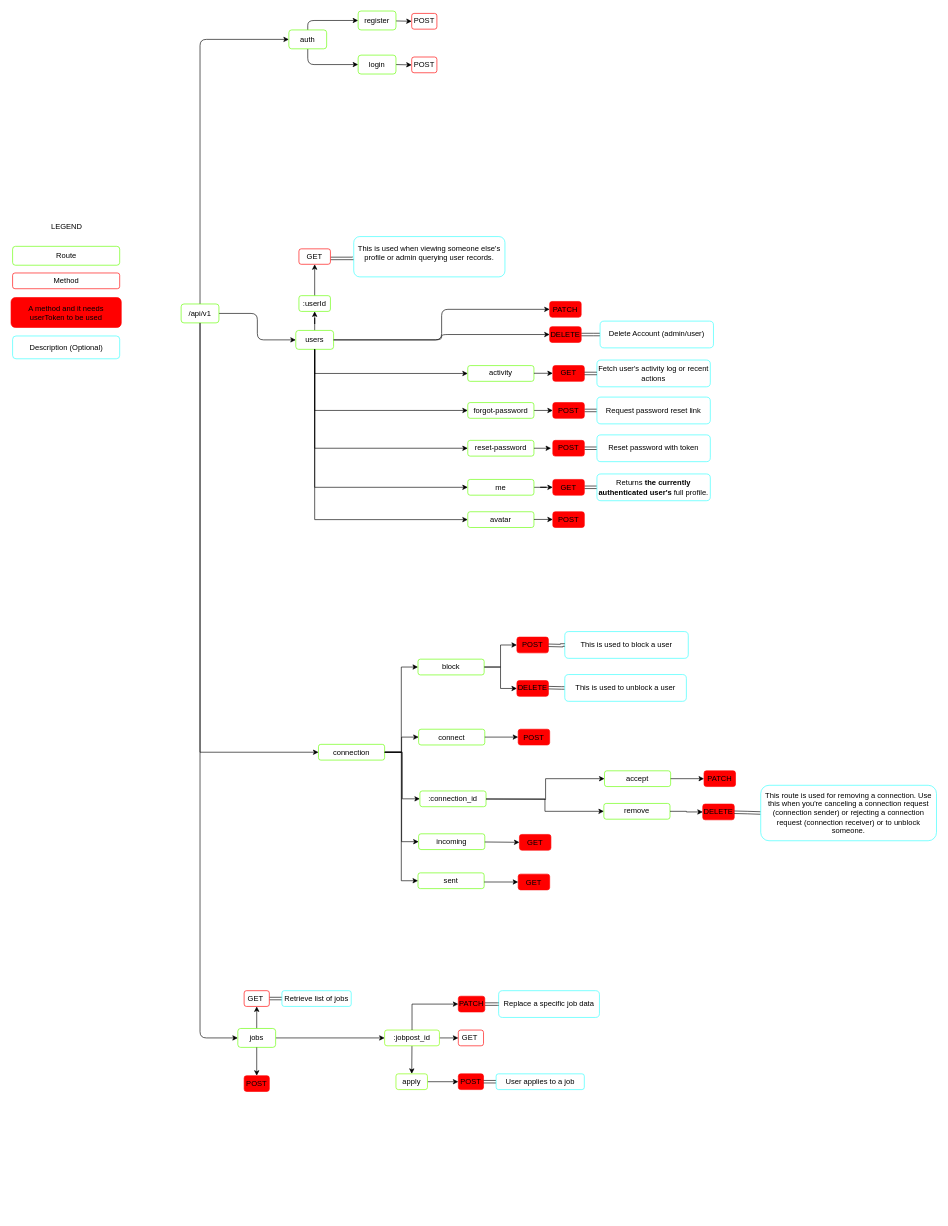
kenshiin1123/dev-match keeps this draw.io diagram as diagrams/rest_api.drawio. Above is the earlier version. Source tidied: cells renumbered, new cells numbered last; positions are measured from the earlier drawing's top-left corner, leaving out a move shared by most shapes. Both pictures are drawn from the tidied source at 63%, with x=0, y=0 at pixel (11, 11).
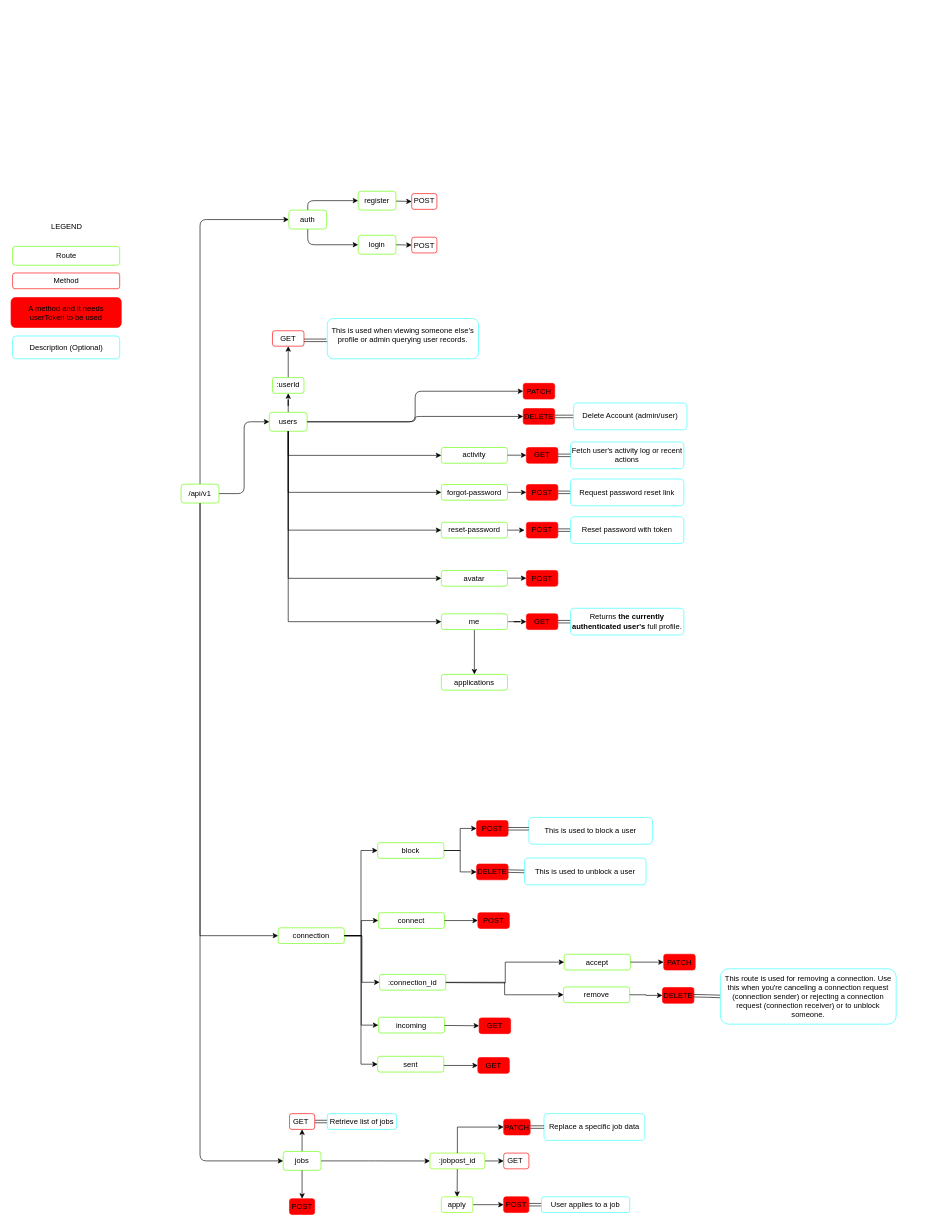
Above is the later version.

Commit message (it also covers changes not shown here):
Add route for getting user applications

What changed in the source:
```diff
@@
     <mxCell id="5" value="/api/v1" style="rounded=1;whiteSpace=wrap;html=1;strokeColor=#65FF00;fontStyle=0;" parent="1" vertex="1">
-      <mxGeometry x="270" y="465" width="60" height="30" as="geometry" />
+      <mxGeometry x="270" y="751" width="60" height="30" as="geometry" />
     </mxCell>
@@
     <mxCell id="8" value="users" style="rounded=1;whiteSpace=wrap;html=1;strokeColor=#65FF00;fontStyle=0;" parent="1" vertex="1">
-      <mxGeometry x="452" y="507" width="60" height="30" as="geometry" />
+      <mxGeometry x="410" y="637" width="60" height="30" as="geometry" />
     </mxCell>
@@
     <mxCell id="11" value="jobs" style="rounded=1;whiteSpace=wrap;html=1;strokeColor=#65FF00;fontStyle=0;" parent="1" vertex="1">
-      <mxGeometry x="360" y="1615" width="60" height="30" as="geometry" />
+      <mxGeometry x="432" y="1810.2" width="60" height="30" as="geometry" />
     </mxCell>
@@
     <mxCell id="14" value="auth" style="rounded=1;whiteSpace=wrap;html=1;strokeColor=#65FF00;fontStyle=0;" parent="1" vertex="1">
-      <mxGeometry x="441" y="30" width="60" height="30" as="geometry" />
+      <mxGeometry x="441" y="316" width="60" height="30" as="geometry" />
     </mxCell>
@@
     <mxCell id="18" value="PATCH" style="whiteSpace=wrap;html=1;rounded=1;strokeColor=#FF0000;fontStyle=0;fillColor=#FF0000;" parent="1" vertex="1">
-      <mxGeometry x="855" y="461" width="50" height="25" as="geometry" />
+      <mxGeometry x="813" y="591" width="50" height="25" as="geometry" />
     </mxCell>
@@
     <mxCell id="20" value="DELETE" style="whiteSpace=wrap;html=1;rounded=1;strokeColor=#FF0000;fontStyle=0;fillColor=#FF0000;" parent="1" vertex="1">
-      <mxGeometry x="855" y="501" width="50" height="25" as="geometry" />
+      <mxGeometry x="813" y="631" width="50" height="25" as="geometry" />
     </mxCell>
@@
     <mxCell id="26" value="register" style="rounded=1;whiteSpace=wrap;html=1;strokeColor=#65FF00;fontStyle=0;" parent="1" vertex="1">
-      <mxGeometry x="551" width="60" height="30" as="geometry" />
+      <mxGeometry x="551" y="286" width="60" height="30" as="geometry" />
     </mxCell>
@@
     <mxCell id="28" value="login" style="rounded=1;whiteSpace=wrap;html=1;strokeColor=#65FF00;fontStyle=0;" parent="1" vertex="1">
-      <mxGeometry x="551" y="70" width="60" height="30" as="geometry" />
+      <mxGeometry x="551" y="356" width="60" height="30" as="geometry" />
     </mxCell>
     <mxCell id="29" value="&lt;span&gt;POST&lt;/span&gt;" style="whiteSpace=wrap;html=1;rounded=1;strokeColor=#FF0000;fontStyle=0;" parent="1" vertex="1">
-      <mxGeometry x="636" y="3.8" width="40" height="25" as="geometry" />
+      <mxGeometry x="636" y="289.8" width="40" height="25" as="geometry" />
     </mxCell>
     <mxCell id="30" value="&lt;span&gt;POST&lt;/span&gt;" style="whiteSpace=wrap;html=1;rounded=1;strokeColor=#FF0000;fontStyle=0;" parent="1" vertex="1">
-      <mxGeometry x="636" y="73" width="40" height="25" as="geometry" />
+      <mxGeometry x="636" y="359" width="40" height="25" as="geometry" />
     </mxCell>
@@
     <mxCell id="33" value="&lt;span&gt;GET&amp;nbsp;&lt;/span&gt;" style="whiteSpace=wrap;html=1;rounded=1;strokeColor=#FF0000;fontStyle=0;" parent="1" vertex="1">
-      <mxGeometry x="370" y="1555" width="40" height="25" as="geometry" />
+      <mxGeometry x="442" y="1750.2" width="40" height="25" as="geometry" />
     </mxCell>
     <mxCell id="34" value="Retrieve list of jobs" style="whiteSpace=wrap;html=1;rounded=1;strokeColor=#33FFFF;fontStyle=0;" parent="1" vertex="1">
-      <mxGeometry x="430" y="1555" width="110" height="25" as="geometry" />
+      <mxGeometry x="502" y="1750.2" width="110" height="25" as="geometry" />
     </mxCell>
@@
     <mxCell id="37" value="&lt;span&gt;:jobpost_id&lt;/span&gt;" style="whiteSpace=wrap;html=1;rounded=1;strokeColor=#80FF00;fontStyle=0;" parent="1" vertex="1">
-      <mxGeometry x="593" y="1617.5" width="87" height="25" as="geometry" />
+      <mxGeometry x="665" y="1812.8" width="87" height="25" as="geometry" />
     </mxCell>
     <mxCell id="38" value="&lt;span&gt;GET&amp;nbsp;&lt;/span&gt;" style="whiteSpace=wrap;html=1;rounded=1;strokeColor=#FF0000;fontStyle=0;" parent="1" vertex="1">
-      <mxGeometry x="710" y="1617.5" width="40" height="25" as="geometry" />
+      <mxGeometry x="782" y="1812.8" width="40" height="25" as="geometry" />
     </mxCell>
@@
     <mxCell id="40" value="apply" style="whiteSpace=wrap;html=1;rounded=1;strokeColor=#80FF00;fontStyle=0;" parent="1" vertex="1">
-      <mxGeometry x="611" y="1687" width="50" height="25" as="geometry" />
+      <mxGeometry x="683" y="1882.2" width="50" height="25" as="geometry" />
     </mxCell>
     <mxCell id="41" value="&lt;span&gt;POST&lt;/span&gt;" style="whiteSpace=wrap;html=1;rounded=1;strokeColor=#FF0000;fontStyle=0;fillColor=#FF0000;" parent="1" vertex="1">
-      <mxGeometry x="710" y="1687" width="40" height="25" as="geometry" />
+      <mxGeometry x="782" y="1882.2" width="40" height="25" as="geometry" />
     </mxCell>
@@
     <mxCell id="43" value="User applies to a job" style="whiteSpace=wrap;html=1;rounded=1;strokeColor=#33FFFF;fontStyle=0;" parent="1" vertex="1">
-      <mxGeometry x="770" y="1687" width="140" height="25" as="geometry" />
+      <mxGeometry x="842" y="1882.2" width="140" height="25" as="geometry" />
     </mxCell>
@@
     <mxCell id="46" value="forgot-password" style="whiteSpace=wrap;html=1;rounded=1;strokeColor=#65FF00;fontStyle=0;" parent="1" vertex="1">
-      <mxGeometry x="725" y="621.5" width="105" height="25" as="geometry" />
+      <mxGeometry x="683" y="751.5" width="105" height="25" as="geometry" />
     </mxCell>
     <mxCell id="47" value="Delete Account (admin/user)" style="whiteSpace=wrap;html=1;rounded=1;strokeColor=#33FFFF;fontStyle=0;" parent="1" vertex="1">
-      <mxGeometry x="935" y="492.2" width="180" height="42.5" as="geometry" />
+      <mxGeometry x="893" y="622.2" width="180" height="42.5" as="geometry" />
     </mxCell>
     <mxCell id="48" value="reset-password" style="whiteSpace=wrap;html=1;rounded=1;strokeColor=#65FF00;fontStyle=0;" parent="1" vertex="1">
-      <mxGeometry x="725" y="681.5" width="105" height="25" as="geometry" />
+      <mxGeometry x="683" y="811.5" width="105" height="25" as="geometry" />
     </mxCell>
@@
+    <mxCell id="120" style="edgeStyle=orthogonalEdgeStyle;rounded=0;jettySize=auto;html=1;" parent="1" edge="1" source="51" target="121">
+      <mxGeometry relative="1" as="geometry" />
+    </mxCell>
     <mxCell id="51" value="me" style="whiteSpace=wrap;html=1;rounded=1;strokeColor=#65FF00;fontStyle=0;" parent="1" vertex="1">
-      <mxGeometry x="725" y="743.5" width="105" height="25" as="geometry" />
+      <mxGeometry x="683" y="956.8" width="105" height="25" as="geometry" />
     </mxCell>
@@
     <mxCell id="54" value="POST" style="whiteSpace=wrap;html=1;rounded=1;strokeColor=#FF0000;fontStyle=0;fillColor=#FF0000;" parent="1" vertex="1">
-      <mxGeometry x="860" y="621.5" width="50" height="25" as="geometry" />
+      <mxGeometry x="818" y="751.5" width="50" height="25" as="geometry" />
     </mxCell>
     <mxCell id="55" value="Request password reset link" style="whiteSpace=wrap;html=1;rounded=1;strokeColor=#33FFFF;fontStyle=0;" parent="1" vertex="1">
-      <mxGeometry x="930" y="612.8" width="180" height="42.5" as="geometry" />
+      <mxGeometry x="888" y="742.8" width="180" height="42.5" as="geometry" />
     </mxCell>
@@
     <mxCell id="57" value="POST" style="whiteSpace=wrap;html=1;rounded=1;strokeColor=#FF0000;fontStyle=0;fillColor=#FF0000;" parent="1" vertex="1">
-      <mxGeometry x="860" y="681.5" width="50" height="25" as="geometry" />
+      <mxGeometry x="818" y="811.5" width="50" height="25" as="geometry" />
     </mxCell>
     <mxCell id="58" value="&lt;table&gt;&lt;tbody&gt;&lt;tr&gt;&lt;td&gt;Reset password with token&lt;/td&gt;&lt;/tr&gt;&lt;/tbody&gt;&lt;/table&gt;" style="whiteSpace=wrap;html=1;rounded=1;strokeColor=#33FFFF;fontStyle=0;" parent="1" vertex="1">
-      <mxGeometry x="930" y="672.8" width="180" height="42.5" as="geometry" />
+      <mxGeometry x="888" y="802.8" width="180" height="42.5" as="geometry" />
     </mxCell>
@@
     <mxCell id="60" value="GET" style="whiteSpace=wrap;html=1;rounded=1;strokeColor=#FF0000;fontStyle=0;fillColor=#FF0000;" parent="1" vertex="1">
-      <mxGeometry x="860" y="743.5" width="50" height="25" as="geometry" />
+      <mxGeometry x="818" y="956.8" width="50" height="25" as="geometry" />
     </mxCell>
     <mxCell id="61" value="&lt;p&gt;Returns &lt;strong&gt;the currently authenticated user's&lt;/strong&gt; full profile.&lt;/p&gt;&lt;p&gt;&lt;/p&gt;" style="whiteSpace=wrap;html=1;rounded=1;strokeColor=#33FFFF;fontStyle=0;" parent="1" vertex="1">
-      <mxGeometry x="930" y="734.8" width="180" height="42.5" as="geometry" />
+      <mxGeometry x="888" y="948" width="180" height="42.5" as="geometry" />
     </mxCell>
@@
     <mxCell id="63" value="activity" style="whiteSpace=wrap;html=1;rounded=1;strokeColor=#65FF00;fontStyle=0;" parent="1" vertex="1">
-      <mxGeometry x="725" y="562.8" width="105" height="25" as="geometry" />
+      <mxGeometry x="683" y="692.8" width="105" height="25" as="geometry" />
     </mxCell>
@@
     <mxCell id="65" value="GET" style="whiteSpace=wrap;html=1;rounded=1;strokeColor=#FF0000;fontStyle=0;fillColor=#FF0000;" parent="1" vertex="1">
-      <mxGeometry x="860" y="562.8" width="50" height="25" as="geometry" />
+      <mxGeometry x="818" y="692.8" width="50" height="25" as="geometry" />
     </mxCell>
     <mxCell id="66" value="Fetch user's activity log or recent actions" style="whiteSpace=wrap;html=1;rounded=1;strokeColor=#33FFFF;fontStyle=0;" parent="1" vertex="1">
-      <mxGeometry x="930" y="554" width="180" height="42.5" as="geometry" />
+      <mxGeometry x="888" y="684" width="180" height="42.5" as="geometry" />
     </mxCell>
@@
     <mxCell id="68" style="edgeStyle=orthogonalEdgeStyle;rounded=0;jettySize=auto;html=1;exitX=1;exitY=0.5;exitDx=0;exitDy=0;entryX=0;entryY=0.5;entryDx=0;entryDy=0;" parent="1" edge="1" target="65">
       <mxGeometry relative="1" as="geometry">
-        <mxPoint x="830" y="575" as="sourcePoint" />
+        <mxPoint x="788" y="705" as="sourcePoint" />
       </mxGeometry>
     </mxCell>
     <mxCell id="69" value="avatar" style="whiteSpace=wrap;html=1;rounded=1;strokeColor=#65FF00;fontStyle=0;" parent="1" vertex="1">
-      <mxGeometry x="725" y="794.8" width="105" height="25" as="geometry" />
+      <mxGeometry x="683" y="888" width="105" height="25" as="geometry" />
     </mxCell>
     <mxCell id="70" value="POST" style="whiteSpace=wrap;html=1;rounded=1;strokeColor=#FF0000;fontStyle=0;fillColor=#FF0000;" parent="1" vertex="1">
-      <mxGeometry x="860" y="794.8" width="50" height="25" as="geometry" />
+      <mxGeometry x="818" y="888" width="50" height="25" as="geometry" />
     </mxCell>
     <mxCell id="71" style="edgeStyle=orthogonalEdgeStyle;rounded=0;jettySize=auto;html=1;entryX=0;entryY=0.5;entryDx=0;entryDy=0;" parent="1" edge="1" target="70">
       <mxGeometry relative="1" as="geometry">
-        <mxPoint x="830" y="807" as="sourcePoint" />
+        <mxPoint x="788" y="900.2" as="sourcePoint" />
       </mxGeometry>
     </mxCell>
@@
     <mxCell id="73" value="This is used when&amp;nbsp;&lt;span style=&quot;color: light-dark(rgb(0, 0, 0), rgb(255, 255, 255)); background-color: transparent;&quot;&gt;viewing someone else’s profile or admin querying user records.&lt;/span&gt;&lt;p&gt;&lt;/p&gt;" style="whiteSpace=wrap;html=1;rounded=1;strokeColor=#33FFFF;fontStyle=0;" parent="1" vertex="1">
-      <mxGeometry x="544" y="358" width="240" height="64" as="geometry" />
+      <mxGeometry x="502" y="488" width="240" height="64" as="geometry" />
     </mxCell>
     <mxCell id="74" value="GET" style="whiteSpace=wrap;html=1;rounded=1;strokeColor=#FF0000;fontStyle=0;" parent="1" vertex="1">
-      <mxGeometry x="457" y="377.5" width="50" height="24.5" as="geometry" />
+      <mxGeometry x="415" y="507.5" width="50" height="24.5" as="geometry" />
     </mxCell>
@@
     <mxCell id="76" value=":userId" style="whiteSpace=wrap;html=1;rounded=1;strokeColor=#65FF00;fontStyle=0;" parent="1" vertex="1">
-      <mxGeometry x="457" y="451.8" width="50" height="25" as="geometry" />
+      <mxGeometry x="415" y="581.8" width="50" height="25" as="geometry" />
     </mxCell>
@@
     <mxCell id="79" value="connection" style="whiteSpace=wrap;html=1;rounded=1;strokeColor=#65FF00;fontStyle=0;" parent="1" vertex="1">
-      <mxGeometry x="488" y="1164" width="105" height="25" as="geometry" />
+      <mxGeometry x="424" y="1455.2" width="105" height="25" as="geometry" />
     </mxCell>
@@
     <mxCell id="81" value=":connection_id" style="whiteSpace=wrap;html=1;rounded=1;strokeColor=#65FF00;fontStyle=0;" parent="1" vertex="1">
-      <mxGeometry x="649" y="1238" width="105" height="25" as="geometry" />
+      <mxGeometry x="585" y="1529.2" width="105" height="25" as="geometry" />
     </mxCell>
     <mxCell id="82" value="incoming" style="whiteSpace=wrap;html=1;rounded=1;strokeColor=#65FF00;fontStyle=0;" parent="1" vertex="1">
-      <mxGeometry x="647" y="1306" width="105" height="25" as="geometry" />
+      <mxGeometry x="583" y="1597.2" width="105" height="25" as="geometry" />
     </mxCell>
@@
     <mxCell id="84" value="connect" style="whiteSpace=wrap;html=1;rounded=1;strokeColor=#65FF00;fontStyle=0;" parent="1" vertex="1">
-      <mxGeometry x="647" y="1140" width="105" height="25" as="geometry" />
+      <mxGeometry x="583" y="1431.2" width="105" height="25" as="geometry" />
     </mxCell>
     <mxCell id="85" value="sent" style="whiteSpace=wrap;html=1;rounded=1;strokeColor=#65FF00;fontStyle=0;" parent="1" vertex="1">
-      <mxGeometry x="646" y="1368" width="105" height="25" as="geometry" />
+      <mxGeometry x="582" y="1659.2" width="105" height="25" as="geometry" />
     </mxCell>
@@
     <mxCell id="87" value="accept" style="whiteSpace=wrap;html=1;rounded=1;strokeColor=#65FF00;fontStyle=0;" parent="1" vertex="1">
-      <mxGeometry x="942" y="1206" width="105" height="25" as="geometry" />
+      <mxGeometry x="878" y="1497.2" width="105" height="25" as="geometry" />
     </mxCell>
     <mxCell id="88" style="edgeStyle=orthogonalEdgeStyle;rounded=0;jettySize=auto;html=1;entryX=0;entryY=0.5;entryDx=0;entryDy=0;" parent="1" edge="1" target="87">
       <mxGeometry relative="1" as="geometry">
-        <mxPoint x="754" y="1251" as="sourcePoint" />
+        <mxPoint x="690" y="1542.2" as="sourcePoint" />
       </mxGeometry>
     </mxCell>
     <mxCell id="89" value="remove" style="whiteSpace=wrap;html=1;rounded=1;strokeColor=#65FF00;fontStyle=0;" parent="1" vertex="1">
-      <mxGeometry x="941" y="1257.8" width="105" height="25" as="geometry" />
+      <mxGeometry x="877" y="1549" width="105" height="25" as="geometry" />
     </mxCell>
@@
     <mxCell id="92" value="block" style="whiteSpace=wrap;html=1;rounded=1;strokeColor=#65FF00;fontStyle=0;" parent="1" vertex="1">
-      <mxGeometry x="646" y="1028.8" width="105" height="25" as="geometry" />
+      <mxGeometry x="582" y="1320" width="105" height="25" as="geometry" />
     </mxCell>
@@
     <mxCell id="94" value="POST" style="whiteSpace=wrap;html=1;rounded=1;strokeColor=#FF0000;fontStyle=0;fillColor=#FF0000;" parent="1" vertex="1">
-      <mxGeometry x="805" y="1140" width="50" height="25" as="geometry" />
+      <mxGeometry x="741" y="1431.2" width="50" height="25" as="geometry" />
     </mxCell>
     <mxCell id="95" style="edgeStyle=orthogonalEdgeStyle;rounded=0;jettySize=auto;html=1;entryX=0;entryY=0.5;entryDx=0;entryDy=0;" parent="1" edge="1" target="96">
       <mxGeometry relative="1" as="geometry">
-        <mxPoint x="752" y="1319" as="sourcePoint" />
+        <mxPoint x="688" y="1610.2" as="sourcePoint" />
       </mxGeometry>
     </mxCell>
     <mxCell id="96" value="GET" style="whiteSpace=wrap;html=1;rounded=1;strokeColor=#FF0000;fontStyle=0;fillColor=#FF0000;" parent="1" vertex="1">
-      <mxGeometry x="807" y="1307" width="50" height="25" as="geometry" />
+      <mxGeometry x="743" y="1598.2" width="50" height="25" as="geometry" />
     </mxCell>
     <mxCell id="97" value="GET" style="whiteSpace=wrap;html=1;rounded=1;strokeColor=#FF0000;fontStyle=0;fillColor=#FF0000;" parent="1" vertex="1">
-      <mxGeometry x="805" y="1370" width="50" height="25" as="geometry" />
+      <mxGeometry x="741" y="1661.2" width="50" height="25" as="geometry" />
     </mxCell>
@@
     <mxCell id="99" value="POST" style="whiteSpace=wrap;html=1;rounded=1;strokeColor=#FF0000;fontStyle=0;fillColor=#FF0000;" parent="1" vertex="1">
-      <mxGeometry x="803" y="993.8" width="50" height="25" as="geometry" />
+      <mxGeometry x="739" y="1285" width="50" height="25" as="geometry" />
     </mxCell>
@@
     <mxCell id="101" value="PATCH" style="whiteSpace=wrap;html=1;rounded=1;strokeColor=#FF0000;fontStyle=0;fillColor=#FF0000;" parent="1" vertex="1">
-      <mxGeometry x="1100" y="1206" width="50" height="25" as="geometry" />
+      <mxGeometry x="1036" y="1497.2" width="50" height="25" as="geometry" />
     </mxCell>
@@
     <mxCell id="104" value="DELETE" style="whiteSpace=wrap;html=1;rounded=1;strokeColor=#FF0000;fontStyle=0;fillColor=#FF0000;" parent="1" vertex="1">
-      <mxGeometry x="1098" y="1258.8" width="50" height="25" as="geometry" />
+      <mxGeometry x="1034" y="1550" width="50" height="25" as="geometry" />
     </mxCell>
@@
     <mxCell id="107" style="edgeStyle=orthogonalEdgeStyle;rounded=0;jettySize=auto;html=1;shape=link;exitX=1;exitY=0.5;exitDx=0;exitDy=0;" parent="1" edge="1" target="108">
       <mxGeometry relative="1" as="geometry">
-        <mxPoint x="1148" y="1271.8" as="sourcePoint" />
+        <mxPoint x="1084" y="1563" as="sourcePoint" />
       </mxGeometry>
     </mxCell>
     <mxCell id="108" value="&lt;p&gt;This route is used for removing a connection. Use this when you're canceling a connection request (&lt;span style=&quot;background-color: transparent; color: light-dark(rgb(0, 0, 0), rgb(255, 255, 255));&quot;&gt;connection sender&lt;/span&gt;&lt;span style=&quot;background-color: transparent; color: light-dark(rgb(0, 0, 0), rgb(255, 255, 255));&quot;&gt;) or rejecting a connection request&lt;/span&gt;&lt;span style=&quot;background-color: transparent; color: light-dark(rgb(0, 0, 0), rgb(255, 255, 255));&quot;&gt;&amp;nbsp;(connection receiver)&lt;/span&gt;&lt;span style=&quot;background-color: transparent; color: light-dark(rgb(0, 0, 0), rgb(255, 255, 255));&quot;&gt;&amp;nbsp;or to unblock someone.&lt;/span&gt;&lt;/p&gt;&lt;p&gt;&lt;/p&gt;" style="whiteSpace=wrap;html=1;rounded=1;strokeColor=#33FFFF;fontStyle=0;" parent="1" vertex="1">
-      <mxGeometry x="1190" y="1229" width="279" height="88" as="geometry" />
+      <mxGeometry x="1126" y="1520.2" width="279" height="88" as="geometry" />
     </mxCell>
     <mxCell id="109" value="DELETE" style="whiteSpace=wrap;html=1;rounded=1;strokeColor=#FF0000;fontStyle=0;fillColor=#FF0000;" parent="1" vertex="1">
-      <mxGeometry x="803" y="1062.8" width="50" height="25" as="geometry" />
+      <mxGeometry x="739" y="1354" width="50" height="25" as="geometry" />
     </mxCell>
     <mxCell id="110" value="&lt;p&gt;This is used to block a user&lt;/p&gt;&lt;p&gt;&lt;/p&gt;" style="whiteSpace=wrap;html=1;rounded=1;strokeColor=#33FFFF;fontStyle=0;" parent="1" vertex="1">
-      <mxGeometry x="879" y="985" width="196" height="42.5" as="geometry" />
+      <mxGeometry x="822" y="1280" width="196" height="42.5" as="geometry" />
     </mxCell>
-    <mxCell id="111" style="edgeStyle=orthogonalEdgeStyle;rounded=0;jettySize=auto;html=1;shape=link;exitX=1;exitY=0.5;exitDx=0;exitDy=0;" parent="1" edge="1" target="110">
+    <mxCell id="111" style="edgeStyle=orthogonalEdgeStyle;rounded=0;jettySize=auto;html=1;shape=link;exitX=1;exitY=0.5;exitDx=0;exitDy=0;entryX=0;entryY=0.434;entryDx=0;entryDy=0;entryPerimeter=0;" parent="1" edge="1" target="110">
       <mxGeometry relative="1" as="geometry">
-        <mxPoint x="853" y="1006.8" as="sourcePoint" />
+        <mxPoint x="789" y="1298" as="sourcePoint" />
       </mxGeometry>
     </mxCell>
     <mxCell id="112" style="edgeStyle=orthogonalEdgeStyle;rounded=0;jettySize=auto;html=1;shape=link;exitX=1;exitY=0.5;exitDx=0;exitDy=0;" parent="1" edge="1" target="113">
       <mxGeometry relative="1" as="geometry">
-        <mxPoint x="853" y="1074" as="sourcePoint" />
+        <mxPoint x="789" y="1365.2" as="sourcePoint" />
       </mxGeometry>
     </mxCell>
     <mxCell id="113" value="&lt;p&gt;This is used to unblock a user&lt;/p&gt;&lt;p&gt;&lt;/p&gt;" style="whiteSpace=wrap;html=1;rounded=1;strokeColor=#33FFFF;fontStyle=0;" parent="1" vertex="1">
-      <mxGeometry x="879" y="1053.2" width="193" height="42.5" as="geometry" />
+      <mxGeometry x="815" y="1344.5" width="193" height="42.5" as="geometry" />
     </mxCell>
@@
     <mxCell id="115" value="&lt;span&gt;POST&lt;/span&gt;" style="whiteSpace=wrap;html=1;rounded=1;strokeColor=#FF0000;fontStyle=0;fillColor=#FF0000;" parent="1" vertex="1">
-      <mxGeometry x="370" y="1690" width="40" height="25" as="geometry" />
+      <mxGeometry x="442" y="1885.2" width="40" height="25" as="geometry" />
     </mxCell>
     <mxCell id="116" value="Replace a specific job data" style="whiteSpace=wrap;html=1;rounded=1;strokeColor=#33FFFF;fontStyle=0;" parent="1" vertex="1">
-      <mxGeometry x="774" y="1555" width="160" height="42.5" as="geometry" />
+      <mxGeometry x="846" y="1750.2" width="160" height="42.5" as="geometry" />
     </mxCell>
@@
     <mxCell id="119" value="&lt;span&gt;PATCH&lt;/span&gt;" style="whiteSpace=wrap;html=1;rounded=1;strokeColor=#FF0000;fontStyle=0;fillColor=#FF0000;" parent="1" vertex="1">
-      <mxGeometry x="710" y="1563.8" width="42" height="25" as="geometry" />
+      <mxGeometry x="782" y="1759" width="42" height="25" as="geometry" />
     </mxCell>
+    <mxCell id="121" value="applications" style="whiteSpace=wrap;html=1;rounded=1;strokeColor=#65FF00;fontStyle=0;" parent="1" vertex="1">
+      <mxGeometry x="683" y="1053" width="105" height="25" as="geometry" />
+    </mxCell>
```
